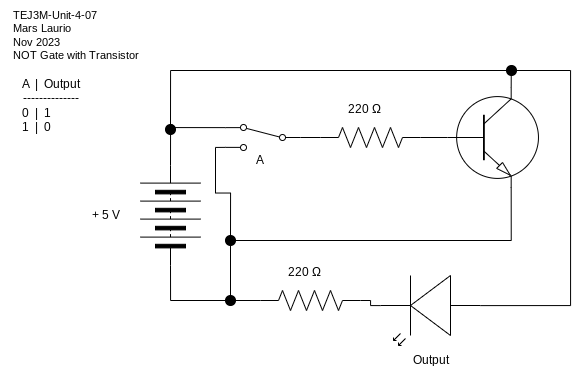
Before: Unit4-07/TEJ3M-Unit-4-07.png, a diagram exported from draw.io (Mars-Laurio/TEJ3M-Unit4). Source tidied: cells renumbered, new cells last; positions are measured from the earlier drawing's top-left corner, leaving out a move shared by most shapes.
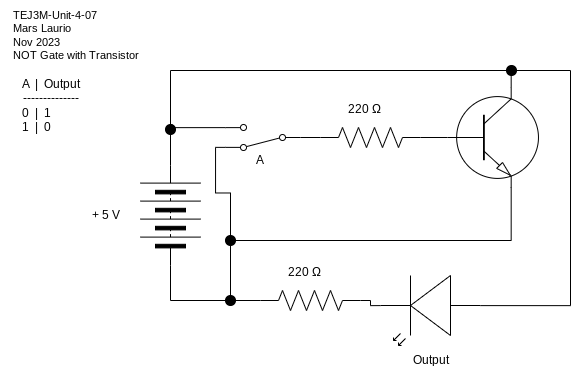
After the change.

The edit, as a diff of the source:
```diff
@@ -50,7 +50,7 @@
     <mxCell id="14" style="edgeStyle=orthogonalEdgeStyle;shape=connector;rounded=0;html=1;exitX=0;exitY=0.5;exitDx=0;exitDy=0;entryX=1;entryY=0.5;entryDx=0;entryDy=0;entryPerimeter=0;labelBackgroundColor=default;strokeColor=default;fontFamily=Helvetica;fontSize=11;fontColor=default;endArrow=none;endFill=0;" parent="1" edge="1" source="15" target="10">
       <mxGeometry relative="1" as="geometry" />
     </mxCell>
-    <mxCell id="15" style="shape=mxgraph.electrical.electro-mechanical.twoWaySwitch;elSwitchState=2;rotation=-180;flipV=1;" parent="1" vertex="1">
+    <mxCell id="15" style="shape=mxgraph.electrical.electro-mechanical.twoWaySwitch;elSwitchState=2;rotation=-180;flipV=0;" parent="1" vertex="1">
       <mxGeometry x="225" y="124" width="75" height="26" as="geometry" />
     </mxCell>
     <mxCell id="16" style="edgeStyle=orthogonalEdgeStyle;shape=connector;rounded=0;html=1;exitX=1;exitY=0.5;exitDx=0;exitDy=0;entryX=1;entryY=0.5;entryDx=0;entryDy=0;entryPerimeter=0;labelBackgroundColor=default;strokeColor=default;fontFamily=Helvetica;fontSize=11;fontColor=default;endArrow=none;endFill=0;" parent="1" edge="1" source="17" target="28">
```
